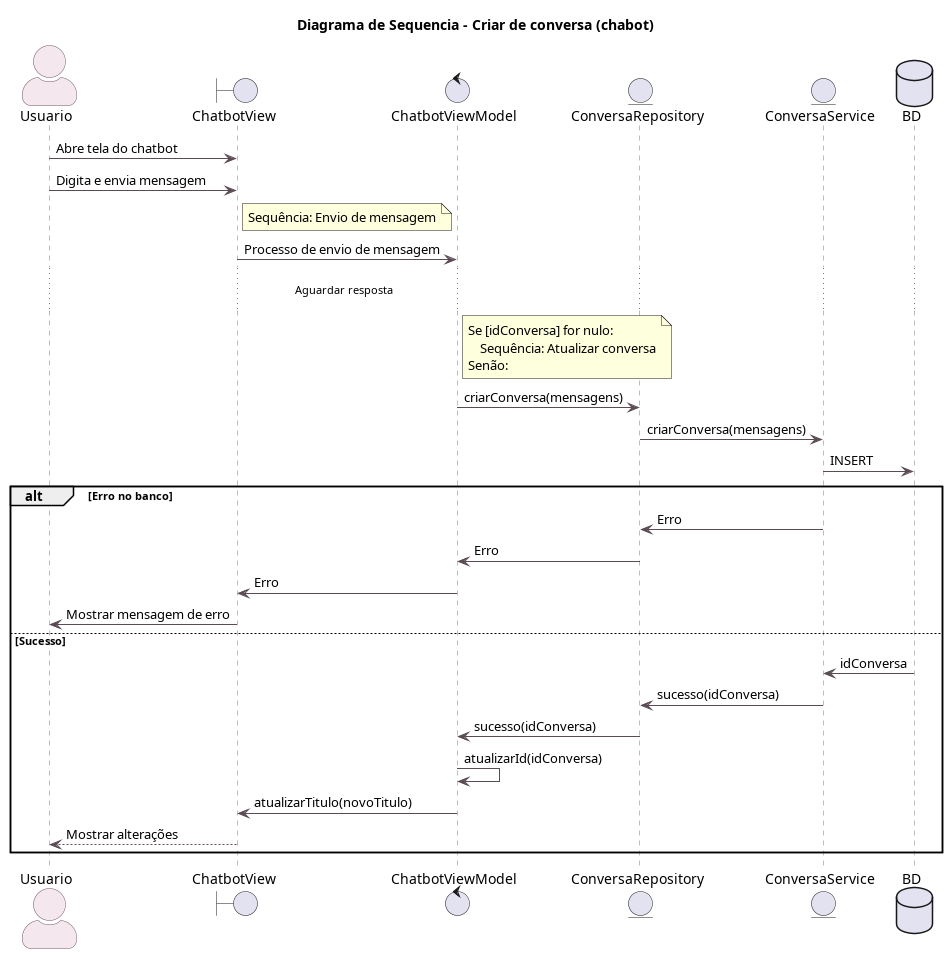
aspiringluke/Projeto-Integrado-Mobile keeps this PlantUML diagram as docs/casosUso/imagens/diagramas_sequencia/Diagrama de Sequencia - Criar de conversa (chatbot).png. Above is the earlier version. Source of this version:
```plantuml
@startuml Diagrama de Sequencia - Criar de conversa (chatbot)

title Diagrama de Sequencia - Criar de conversa (chabot)

skinparam backgroundColor white
skinparam actorStyle awesome
skinparam sequence {
    ArrowColor #5B4B54
    LifeLineBorderColor #8B7380
    LifeLineBackgroundColor #F8F2F5
    ParticipantBorderColor #8B7380
    ParticipantBackgroundColor #FDF7FA
    ActorBorderColor #6C5562
    ActorBackgroundColor #F4E8EE
}

actor Usuario as u

boundary ChatbotView as cv
control ChatbotViewModel as cvm
entity ConversaRepository as cr
entity ConversaService as cs
database BD


u -> cv : Abre tela do chatbot
u -> cv : Digita e envia mensagem
note right of cv
Sequência: Envio de mensagem
endnote
cv -> cvm : Processo de envio de mensagem
...Aguardar resposta                                                                                            ...
note right of cvm
Se [idConversa] for nulo:
    Sequência: Atualizar conversa
Senão:
endnote
cvm -> cr : criarConversa(mensagens)
cr -> cs : criarConversa(mensagens)
cs -> BD : INSERT
alt Erro no banco
    cs -> cr : Erro
    cr -> cvm : Erro
    cvm -> cv : Erro
    cv -> u : Mostrar mensagem de erro
else Sucesso
    BD -> cs : idConversa
    cs -> cr : sucesso(idConversa)
    cr -> cvm : sucesso(idConversa)
    cvm -> cvm : atualizarId(idConversa)
    cvm -> cv : atualizarTitulo(novoTitulo)
    cv --> u : Mostrar alterações
end
@enduml
```
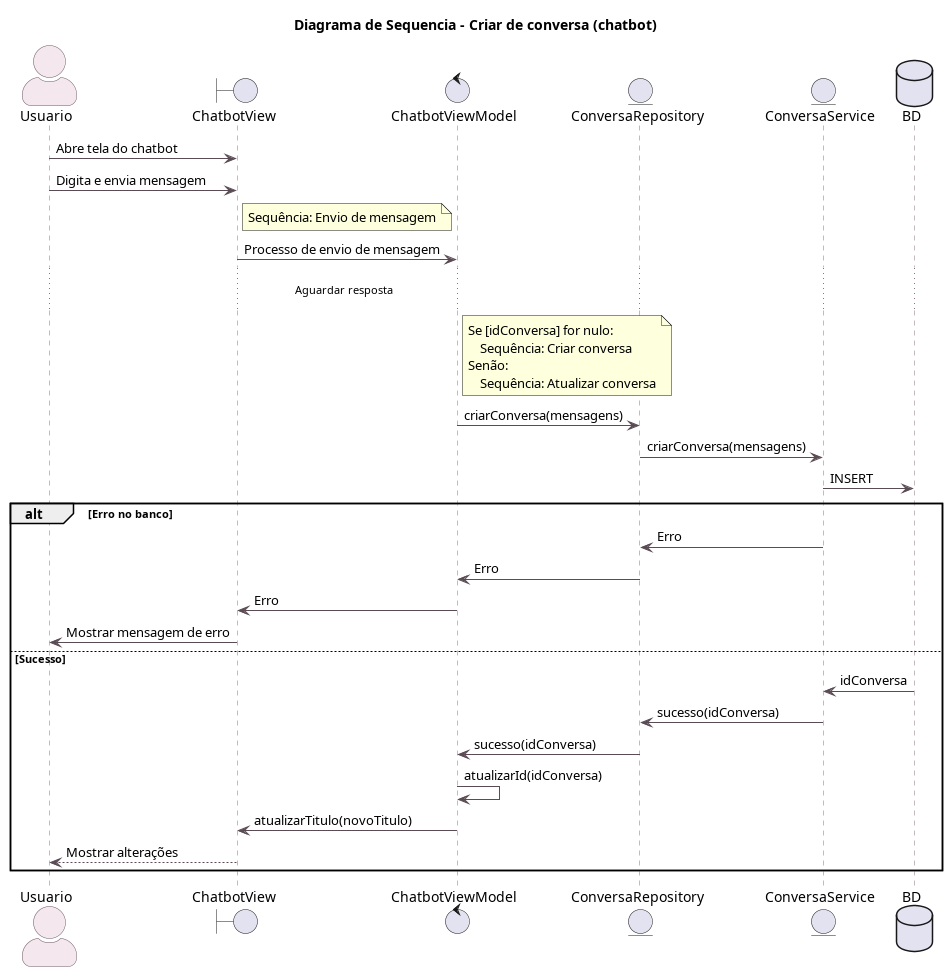
The same file after the commit.

What changed in the source:
```diff
@@ -1,6 +1,6 @@
 @startuml Diagrama de Sequencia - Criar de conversa (chatbot)
 
-title Diagrama de Sequencia - Criar de conversa (chabot)
+title Diagrama de Sequencia - Criar de conversa (chatbot)
 
 skinparam backgroundColor white
 skinparam actorStyle awesome
@@ -32,8 +32,9 @@
 ...Aguardar resposta                                                                                            ...
 note right of cvm
 Se [idConversa] for nulo:
+    Sequência: Criar conversa
+Senão:
     Sequência: Atualizar conversa
-Senão:
 endnote
 cvm -> cr : criarConversa(mensagens)
 cr -> cs : criarConversa(mensagens)
```
